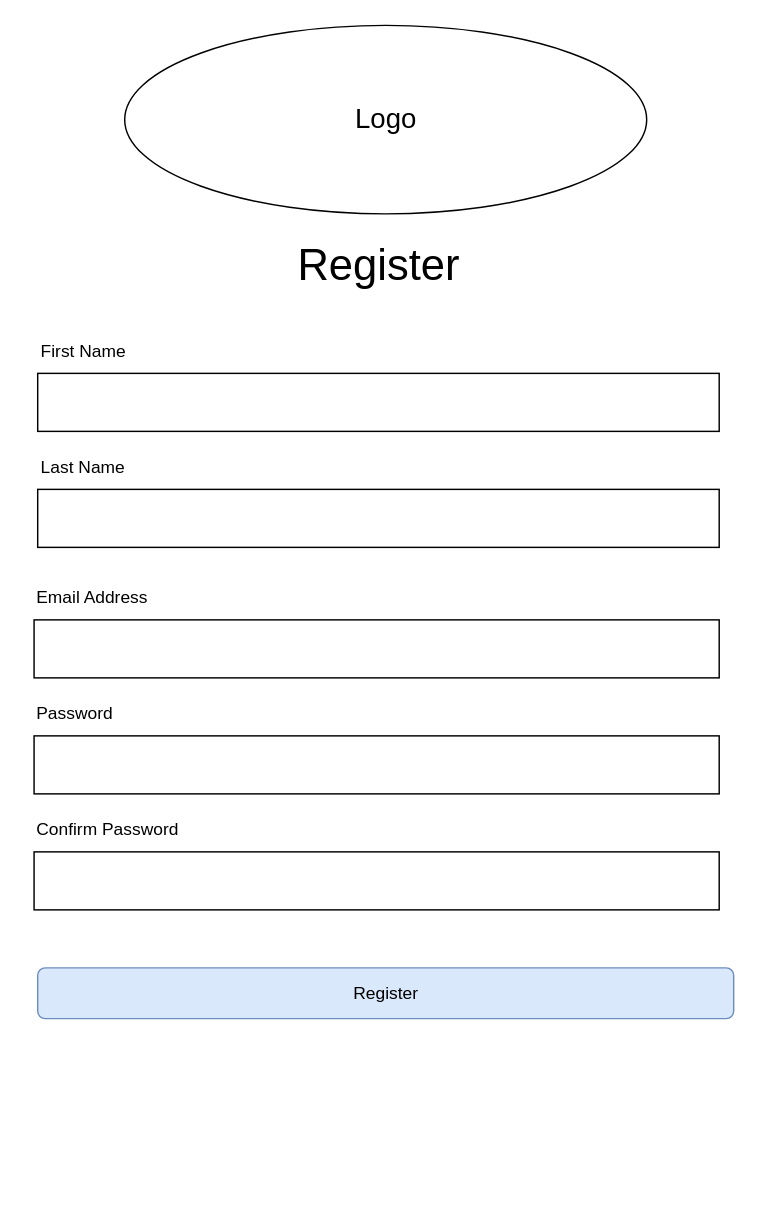
The draw.io diagram page "Owner Register" (7 of 7) of wireframe.drawio in Spike-forward/hk-sma-m4-project-23-04, before the edit. Source tidied: cells renumbered, new cells numbered last; positions are measured from the earlier drawing's top-left corner, leaving out a move shared by most shapes. Both pictures are drawn from the tidied source at 145%, with x=0, y=0 at pixel (33, 25).
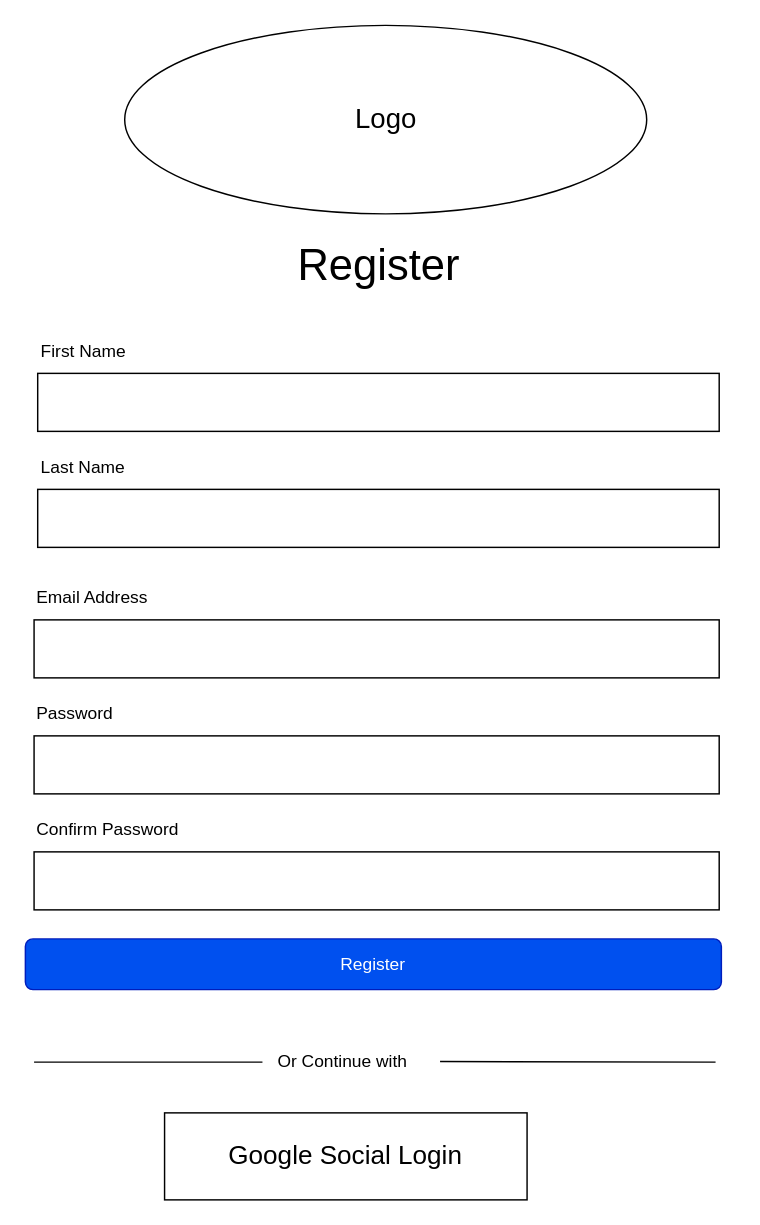
Above is the later version.

Commit message (it also covers changes not shown here):
add social login in regiseter wireframe

Diff of the diagram source:
```diff
@@
-    <mxCell id="14" value="Register" style="rounded=1;whiteSpace=wrap;html=1;fillColor=#dae8fc;strokeColor=#6c8ebf;" parent="1" vertex="1">
-      <mxGeometry x="2.5" y="650" width="480" height="35" as="geometry" />
+    <mxCell id="14" value="Register" style="rounded=1;whiteSpace=wrap;html=1;fillColor=#0050ef;strokeColor=#001DBC;fontColor=#ffffff;" parent="1" vertex="1">
+      <mxGeometry x="-6" y="630" width="480" height="35" as="geometry" />
     </mxCell>
+    <mxCell id="15" value="Or Continue with" style="text;html=1;strokeColor=none;fillColor=none;align=center;verticalAlign=middle;whiteSpace=wrap;rounded=0;" parent="1" vertex="1">
+      <mxGeometry x="157.5" y="700" width="110" height="30" as="geometry" />
+    </mxCell>
+    <mxCell id="16" style="endArrow=none;html=1;" parent="1" edge="1">
+      <mxGeometry relative="1" as="geometry">
+        <mxPoint x="280" y="714.6" as="sourcePoint" />
+        <mxPoint x="470" y="715" as="targetPoint" />
+      </mxGeometry>
+    </mxCell>
+    <mxCell id="17" style="endArrow=none;html=1;" parent="1" edge="1">
+      <mxGeometry relative="1" as="geometry">
+        <mxPoint y="715" as="sourcePoint" />
+        <mxPoint x="157.5" y="715" as="targetPoint" />
+      </mxGeometry>
+    </mxCell>
+    <mxCell id="18" value="&lt;font style=&quot;font-size: 18px;&quot;&gt;Google Social Login&lt;/font&gt;" style="rounded=0;whiteSpace=wrap;html=1;" parent="1" vertex="1">
+      <mxGeometry x="90" y="750" width="250" height="60" as="geometry" />
+    </mxCell>
```
